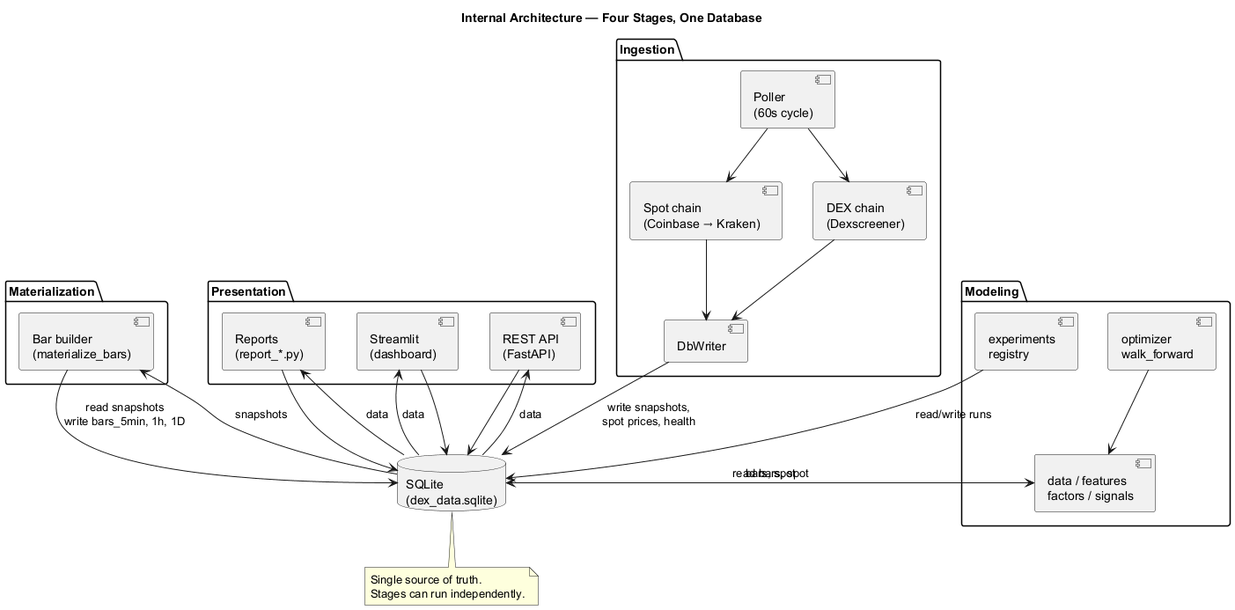
This is docs/diagrams/architecture_internal.png from AlpharomeroJL/Crypto-Anaylzer, a PlantUML export, as it was before one commit.
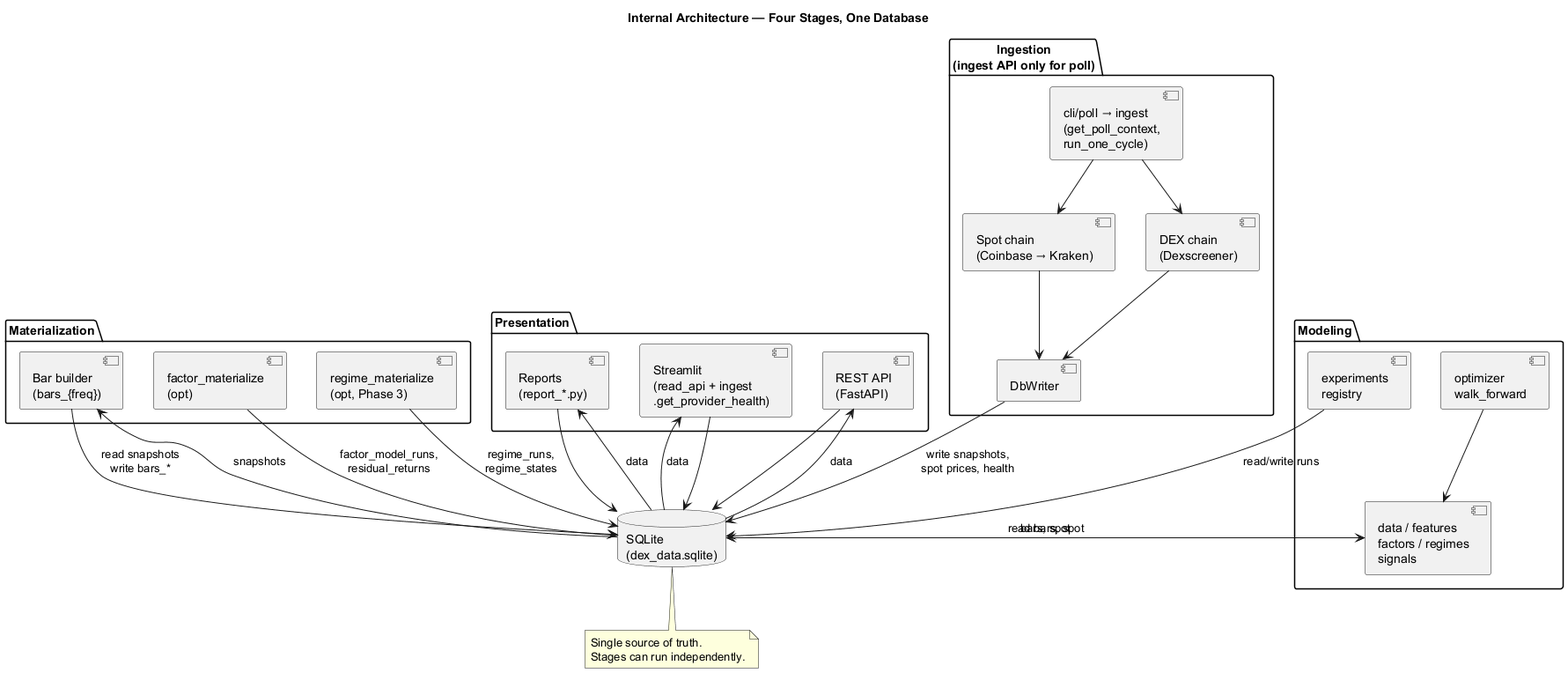
After the commit.

What changed in the source:
```diff
@@ -3,8 +3,8 @@
 
 database "SQLite\n(dex_data.sqlite)" as DB
 
-package "Ingestion" {
-  component "Poller\n(60s cycle)" as Poller
+package "Ingestion\n(ingest API only for poll)" {
+  component "cli/poll → ingest\n(get_poll_context,\nrun_one_cycle)" as Poller
   component "Spot chain\n(Coinbase → Kraken)" as SpotChain
   component "DEX chain\n(Dexscreener)" as DexChain
   component "DbWriter" as DbWriter
@@ -16,12 +16,16 @@
 }
 
 package "Materialization" {
-  component "Bar builder\n(materialize_bars)" as BarBuilder
-  BarBuilder --> DB : read snapshots\nwrite bars_5min, 1h, 1D
+  component "Bar builder\n(bars_{freq})" as BarBuilder
+  component "factor_materialize\n(opt)" as FactorMat
+  component "regime_materialize\n(opt, Phase 3)" as RegimeMat
+  BarBuilder --> DB : read snapshots\nwrite bars_*
+  FactorMat --> DB : factor_model_runs,\nresidual_returns
+  RegimeMat --> DB : regime_runs,\nregime_states
 }
 
 package "Modeling" {
-  component "data / features\nfactors / signals" as Model
+  component "data / features\nfactors / regimes\nsignals" as Model
   component "optimizer\nwalk_forward" as Opt
   component "experiments\nregistry" as Exp
   Model --> DB : read bars, spot
@@ -31,7 +35,7 @@
 
 package "Presentation" {
   component "Reports\n(report_*.py)" as Reports
-  component "Streamlit\n(dashboard)" as UI
+  component "Streamlit\n(read_api + ingest\n.get_provider_health)" as UI
   component "REST API\n(FastAPI)" as API
   Reports --> DB
   UI --> DB
```
